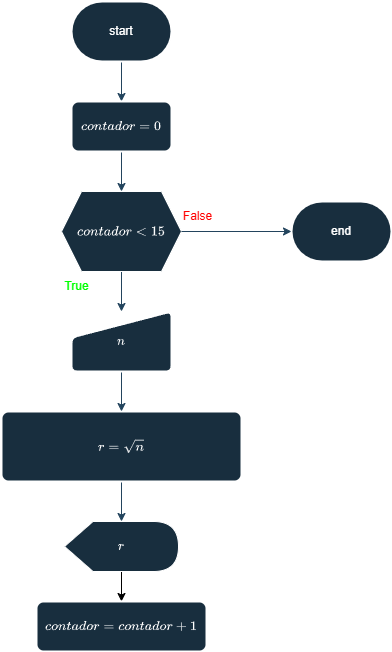
The draw.io diagram Parte-3/atividade4.png in kf-martins-uel/algoritmos-atividade1, before a commit. Source tidied: cells renumbered, new cells last; positions are measured from the earlier drawing's top-left corner, leaving out a move shared by most shapes.
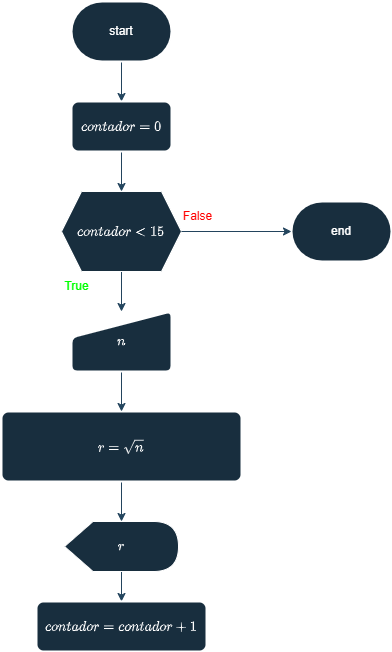
Above is the later version.

What changed in the source:
```diff
@@ -8,7 +8,7 @@
     <mxCell id="3" value="start" style="strokeWidth=2;html=1;shape=mxgraph.flowchart.terminator;whiteSpace=wrap;labelBackgroundColor=none;fillColor=#182E3E;strokeColor=#FFFFFF;fontColor=#FFFFFF;" parent="1" vertex="1">
       <mxGeometry x="70" width="100" height="60" as="geometry" />
     </mxCell>
-    <mxCell id="4" style="edgeStyle=orthogonalEdgeStyle;rounded=0;jettySize=auto;html=1;strokeColor=#23445D;" parent="1" edge="1" source="5" target="17">
+    <mxCell id="4" style="edgeStyle=orthogonalEdgeStyle;rounded=0;jettySize=auto;html=1;strokeColor=#23445D;labelBackgroundColor=none;fontColor=default;" parent="1" edge="1" source="5" target="17">
       <mxGeometry relative="1" as="geometry" />
     </mxCell>
     <mxCell id="5" value="$$contador&amp;lt;15$$" style="shape=hexagon;perimeter=hexagonPerimeter2;whiteSpace=wrap;html=1;fixedSize=1;labelBackgroundColor=none;fillColor=#182E3E;strokeColor=#FFFFFF;fontColor=#FFFFFF;" parent="1" vertex="1">
@@ -20,13 +20,13 @@
     <mxCell id="7" value="$$contador = 0$$" style="rounded=1;whiteSpace=wrap;html=1;absoluteArcSize=1;arcSize=14;strokeWidth=2;labelBackgroundColor=none;fillColor=#182E3E;strokeColor=#FFFFFF;fontColor=#FFFFFF;" parent="1" vertex="1">
       <mxGeometry x="70" y="100" width="100" height="50" as="geometry" />
     </mxCell>
-    <mxCell id="8" style="edgeStyle=orthogonalEdgeStyle;rounded=0;jettySize=auto;html=1;strokeColor=#23445D;" parent="1" edge="1" source="9" target="11">
+    <mxCell id="8" style="edgeStyle=orthogonalEdgeStyle;rounded=0;jettySize=auto;html=1;strokeColor=#23445D;labelBackgroundColor=none;fontColor=default;" parent="1" edge="1" source="9" target="11">
       <mxGeometry relative="1" as="geometry" />
     </mxCell>
     <mxCell id="9" value="$$r = \sqrt{n} $$" style="rounded=1;whiteSpace=wrap;html=1;absoluteArcSize=1;arcSize=14;strokeWidth=2;labelBackgroundColor=none;fillColor=#182E3E;strokeColor=#FFFFFF;fontColor=#FFFFFF;" parent="1" vertex="1">
       <mxGeometry y="410" width="240" height="70" as="geometry" />
     </mxCell>
-    <mxCell id="10" style="edgeStyle=orthogonalEdgeStyle;rounded=0;jettySize=auto;html=1;entryX=0.5;entryY=0;entryDx=0;entryDy=0;" parent="1" edge="1" source="11" target="18">
+    <mxCell id="10" style="edgeStyle=orthogonalEdgeStyle;rounded=0;jettySize=auto;html=1;entryX=0.5;entryY=0;entryDx=0;entryDy=0;labelBackgroundColor=none;strokeColor=#23445D;fontColor=default;" parent="1" edge="1" source="11" target="18">
       <mxGeometry relative="1" as="geometry" />
     </mxCell>
     <mxCell id="11" value="$$r$$" style="shape=display;whiteSpace=wrap;html=1;labelBackgroundColor=none;fillColor=#182E3E;strokeColor=#FFFFFF;fontColor=#FFFFFF;" parent="1" vertex="1">
@@ -44,7 +44,7 @@
     <mxCell id="15" value="&lt;font style=&quot;color: light-dark(rgb(255, 0, 0), rgb(255, 0, 0));&quot;&gt;False&lt;/font&gt;" style="text;html=1;align=center;verticalAlign=middle;strokeColor=none;fillColor=none;fontColor=#FFFFFF;labelBackgroundColor=none;" parent="1" vertex="1">
       <mxGeometry x="171.2" y="200" width="50" height="30" as="geometry" />
     </mxCell>
-    <mxCell id="16" style="edgeStyle=orthogonalEdgeStyle;rounded=0;jettySize=auto;html=1;strokeColor=#23445D;" parent="1" edge="1" source="17" target="9">
+    <mxCell id="16" style="edgeStyle=orthogonalEdgeStyle;rounded=0;jettySize=auto;html=1;strokeColor=#23445D;labelBackgroundColor=none;fontColor=default;" parent="1" edge="1" source="17" target="9">
       <mxGeometry relative="1" as="geometry" />
     </mxCell>
     <mxCell id="17" value="$$n$$" style="html=1;strokeWidth=2;shape=manualInput;whiteSpace=wrap;rounded=1;size=26;arcSize=11;labelBackgroundColor=none;fillColor=#182E3E;strokeColor=#FFFFFF;fontColor=#FFFFFF;" parent="1" vertex="1">
```
